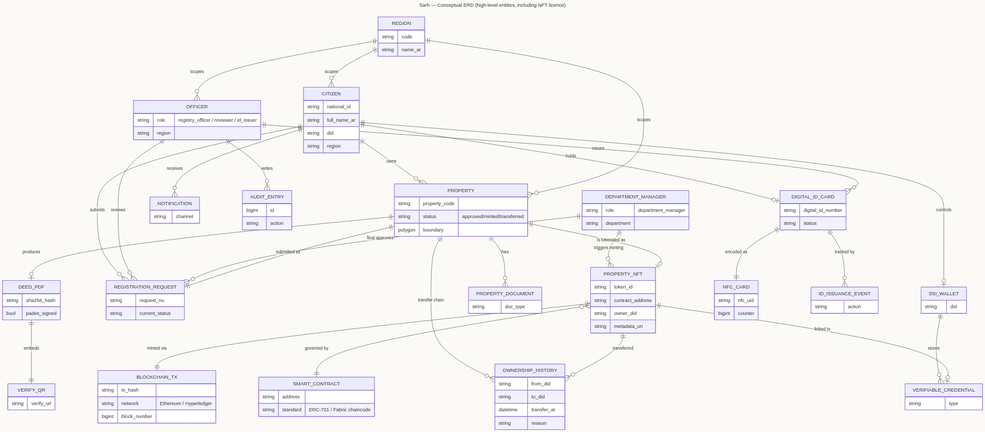
Above: docs/diagrams/conceptual-erd.png in AliBelaid/Sarh (Mermaid), before the change. Its source is kept beside it as docs/diagrams/conceptual-erd.mmd.
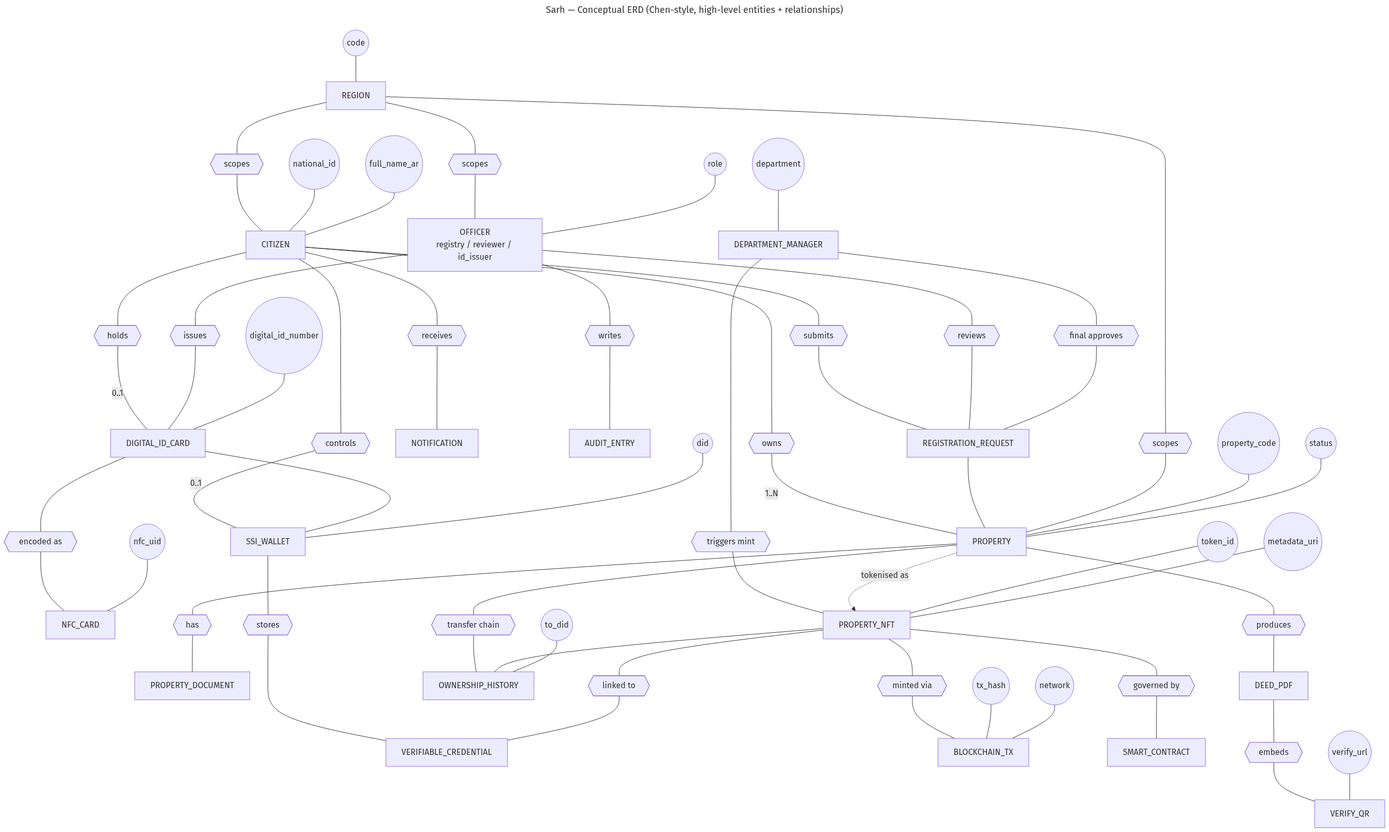
The same diagram one commit later.

Diff of the diagram source:
```diff
@@ -1,119 +1,99 @@
 ---
-title: Sarh — Conceptual ERD (high-level entities, including NFT licence)
+title: Sarh — Conceptual ERD (Chen-style, high-level entities + relationships)
 ---
-erDiagram
-    CITIZEN ||--o{ PROPERTY : "owns"
-    CITIZEN ||--o| DIGITAL_ID_CARD : "holds"
-    CITIZEN ||--o| SSI_WALLET : "controls"
-    CITIZEN ||--o{ NOTIFICATION : "receives"
-    CITIZEN ||--o{ REGISTRATION_REQUEST : "submits"
+flowchart TB
 
-    OFFICER ||--o{ REGISTRATION_REQUEST : "reviews"
-    OFFICER ||--o{ DIGITAL_ID_CARD : "issues"
-    OFFICER ||--o{ AUDIT_ENTRY : "writes"
+    Citizen[CITIZEN]
+    Officer[OFFICER<br/>registry / reviewer / id_issuer]
+    Manager[DEPARTMENT_MANAGER]
+    Property[PROPERTY]
+    Request[REGISTRATION_REQUEST]
+    Document[PROPERTY_DOCUMENT]
+    Card[DIGITAL_ID_CARD]
+    NFC[NFC_CARD]
+    Wallet[SSI_WALLET]
+    VC[VERIFIABLE_CREDENTIAL]
+    Deed[DEED_PDF]
+    QR[VERIFY_QR]
+    NFT[PROPERTY_NFT]
+    OH[OWNERSHIP_HISTORY]
+    Tx[BLOCKCHAIN_TX]
+    SC[SMART_CONTRACT]
+    Region[REGION]
+    Notif[NOTIFICATION]
+    Audit[AUDIT_ENTRY]
 
-    DEPARTMENT_MANAGER ||--o{ REGISTRATION_REQUEST : "final approves"
-    DEPARTMENT_MANAGER ||--o{ PROPERTY_NFT : "triggers minting"
+    R_owns{{owns}}
+    R_holds{{holds}}
+    R_controls{{controls}}
+    R_submits{{submits}}
+    R_reviews{{reviews}}
+    R_finalapprove{{final approves}}
+    R_issues{{issues}}
+    R_mints{{triggers mint}}
+    R_attaches{{has}}
+    R_produces{{produces}}
+    R_embeds{{embeds}}
+    R_encoded{{encoded as}}
+    R_stores{{stores}}
+    R_link{{linked to}}
+    R_minted{{minted via}}
+    R_governs{{governed by}}
+    R_chain{{transfer chain}}
+    R_scope_c{{scopes}}
+    R_scope_p{{scopes}}
+    R_scope_o{{scopes}}
+    R_recv{{receives}}
+    R_audit{{writes}}
 
-    PROPERTY ||--|| REGISTRATION_REQUEST : "submitted as"
-    PROPERTY ||--o{ PROPERTY_DOCUMENT : "has"
-    PROPERTY ||--o| DEED_PDF : "produces"
-    PROPERTY ||--o| PROPERTY_NFT : "is tokenised as"
-    PROPERTY ||--o{ OWNERSHIP_HISTORY : "transfer chain"
+    Citizen --- R_owns ---|1..N| Property
+    Citizen --- R_holds ---|0..1| Card
+    Citizen --- R_controls ---|0..1| Wallet
+    Citizen --- R_submits --- Request
+    Citizen --- R_recv --- Notif
 
-    PROPERTY_NFT ||--|| BLOCKCHAIN_TX : "minted via"
-    PROPERTY_NFT }o--|| SMART_CONTRACT : "governed by"
-    PROPERTY_NFT ||--o{ OWNERSHIP_HISTORY : "transferred"
+    Officer --- R_reviews --- Request
+    Officer --- R_issues --- Card
+    Officer --- R_audit --- Audit
 
-    DEED_PDF ||--|| VERIFY_QR : "embeds"
-    DIGITAL_ID_CARD ||--|| NFC_CARD : "encoded as"
-    DIGITAL_ID_CARD ||--o{ ID_ISSUANCE_EVENT : "tracked by"
-    SSI_WALLET ||--o{ VERIFIABLE_CREDENTIAL : "stores"
-    PROPERTY_NFT ||--o| VERIFIABLE_CREDENTIAL : "linked to"
+    Manager --- R_finalapprove --- Request
+    Manager --- R_mints --- NFT
 
-    REGION ||--o{ CITIZEN : "scopes"
-    REGION ||--o{ PROPERTY : "scopes"
-    REGION ||--o{ OFFICER : "scopes"
+    Property --- R_attaches --- Document
+    Property --- R_produces --- Deed
+    Property --- R_chain --- OH
+    Property -.->|tokenised as| NFT
 
-    CITIZEN {
-        string national_id
-        string full_name_ar
-        string did
-        string region
-    }
-    OFFICER {
-        string role "registry_officer / reviewer / id_issuer"
-        string region
-    }
-    DEPARTMENT_MANAGER {
-        string role "department_manager"
-        string department
-    }
-    PROPERTY {
-        string property_code
-        string status "approved/minted/transferred"
-        polygon boundary
-    }
-    REGISTRATION_REQUEST {
-        string request_no
-        string current_status
-    }
-    PROPERTY_NFT {
-        string token_id
-        string contract_address
-        string owner_did
-        string metadata_uri
-    }
-    BLOCKCHAIN_TX {
-        string tx_hash
-        string network "Ethereum / Hyperledger"
-        bigint block_number
-    }
-    SMART_CONTRACT {
-        string address
-        string standard "ERC-721 / Fabric chaincode"
-    }
-    OWNERSHIP_HISTORY {
-        string from_did
-        string to_did
-        datetime transfer_at
-        string reason
-    }
-    DIGITAL_ID_CARD {
-        string digital_id_number
-        string status
-    }
-    NFC_CARD {
-        string nfc_uid
-        bigint counter
-    }
-    SSI_WALLET {
-        string did
-    }
-    VERIFIABLE_CREDENTIAL {
-        string type
-    }
-    DEED_PDF {
-        string sha256_hash
-        bool pades_signed
-    }
-    VERIFY_QR {
-        string verify_url
-    }
-    REGION {
-        string code
-        string name_ar
-    }
-    PROPERTY_DOCUMENT {
-        string doc_type
-    }
-    ID_ISSUANCE_EVENT {
-        string action
-    }
-    NOTIFICATION {
-        string channel
-    }
-    AUDIT_ENTRY {
-        bigint id
-        string action
-    }
+    Request --- Property
+
+    Deed --- R_embeds --- QR
+
+    Card --- R_encoded --- NFC
+    Card --- Wallet
+    Wallet --- R_stores --- VC
+    NFT --- R_link --- VC
+
+    NFT --- R_minted --- Tx
+    NFT --- R_governs --- SC
+    NFT --- OH
+
+    Region --- R_scope_c --- Citizen
+    Region --- R_scope_p --- Property
+    Region --- R_scope_o --- Officer
+
+    A_cn((national_id)) --- Citizen
+    A_cf((full_name_ar)) --- Citizen
+    A_pdid((did)) --- Wallet
+    A_pcode((property_code)) --- Property
+    A_pstatus((status)) --- Property
+    A_token((token_id)) --- NFT
+    A_meta((metadata_uri)) --- NFT
+    A_ohto((to_did)) --- OH
+    A_dno((digital_id_number)) --- Card
+    A_nuid((nfc_uid)) --- NFC
+    A_qr((verify_url)) --- QR
+    A_ttx((tx_hash)) --- Tx
+    A_net((network)) --- Tx
+    A_role((role)) --- Officer
+    A_dept((department)) --- Manager
+    A_rcode((code)) --- Region
```
